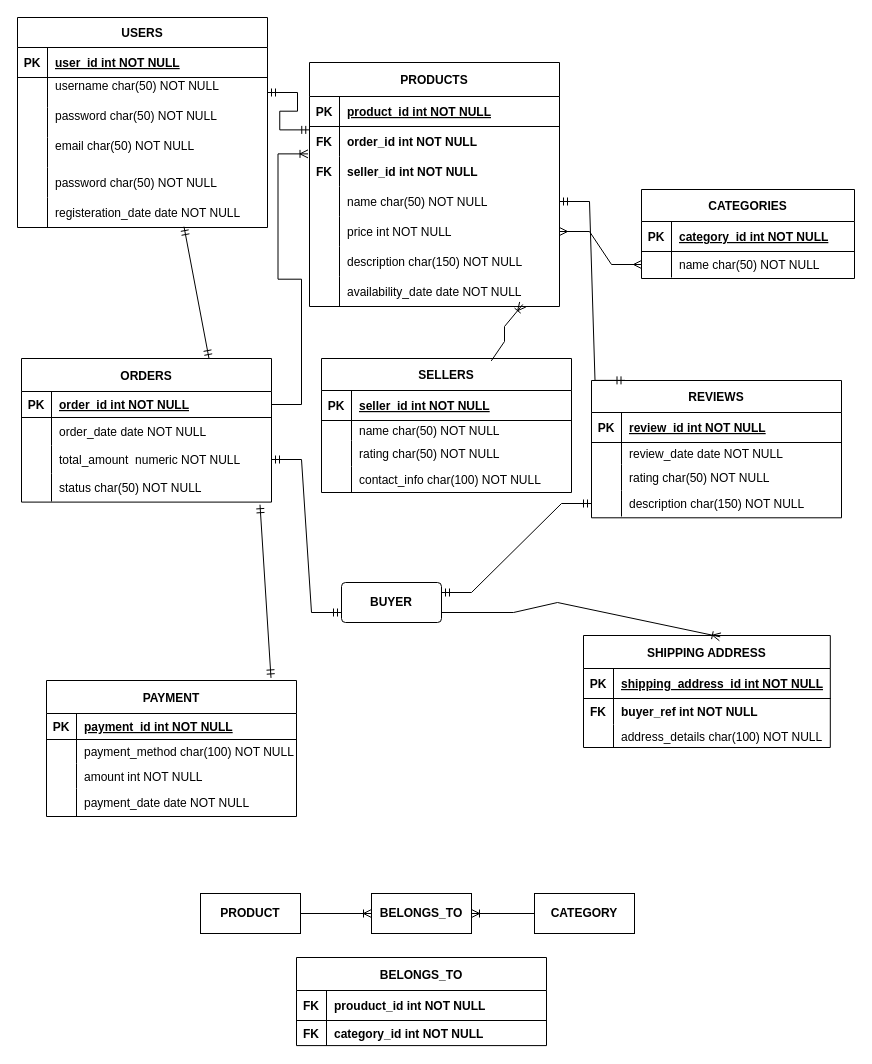
Before: ENTITY RELATIONAL DIAGRAM.drawio in i-ninte/SQL_with_BiQquery, a draw.io diagram. Source tidied: cells renumbered, new cells numbered last; positions are measured from the earlier drawing's top-left corner, leaving out a move shared by most shapes. Both pictures are drawn from the tidied source at 100%, with x=0, y=0 at pixel (17, 17).
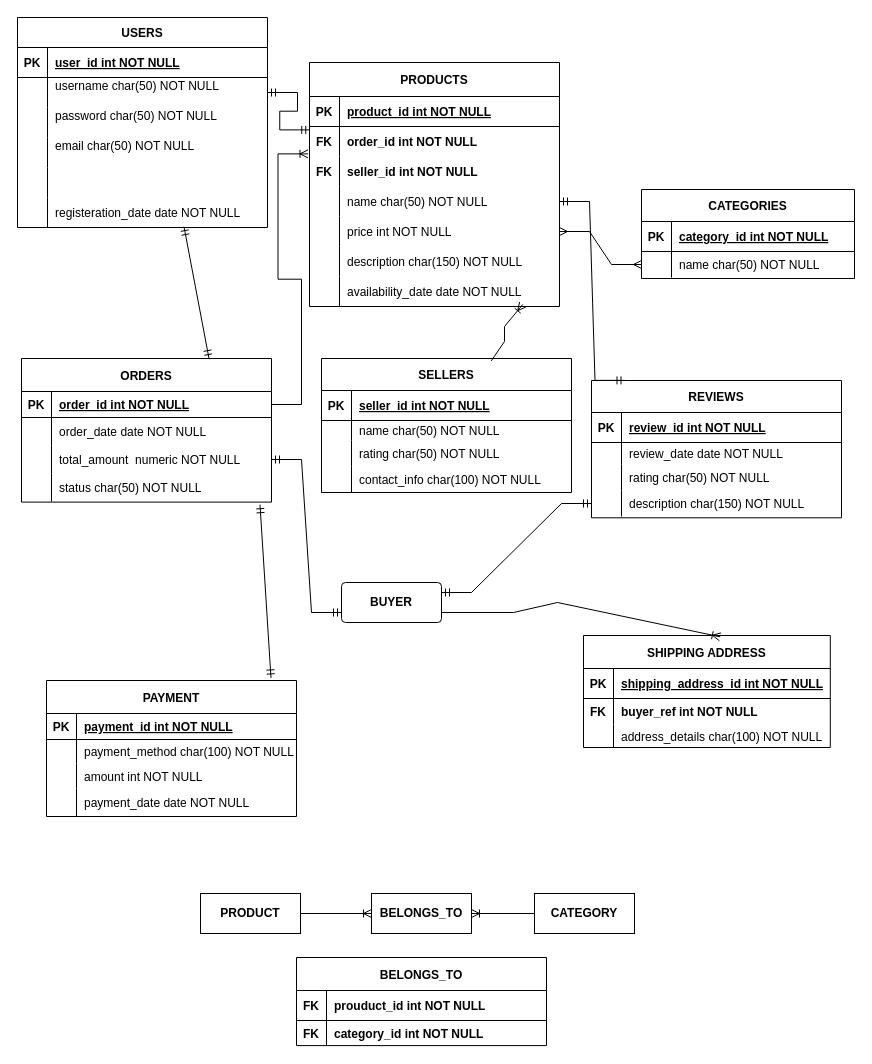
After the change.

Unchanged cells that the change refers to:
```xml
<mxCell id="44" style="shape=partialRectangle;fillColor=none;top=0;left=0;right=0;bottom=0;" parent="31" vertex="1">
  <mxGeometry y="150" width="250" height="30" as="geometry" />
</mxCell>
```

The edit, as a diff of the source:
```diff
@@
-    <mxCell id="46" value="password char(50) NOT NULL" style="shape=partialRectangle;overflow=hidden;fillColor=none;top=0;left=0;bottom=0;right=0;align=left;spacingLeft=6;" parent="44" vertex="1">
+    <mxCell id="46" style="shape=partialRectangle;overflow=hidden;fillColor=none;top=0;left=0;bottom=0;right=0;align=left;spacingLeft=6;" parent="44" vertex="1">
       <mxGeometry x="30" width="220" height="30" as="geometry" />
     </mxCell>
```
